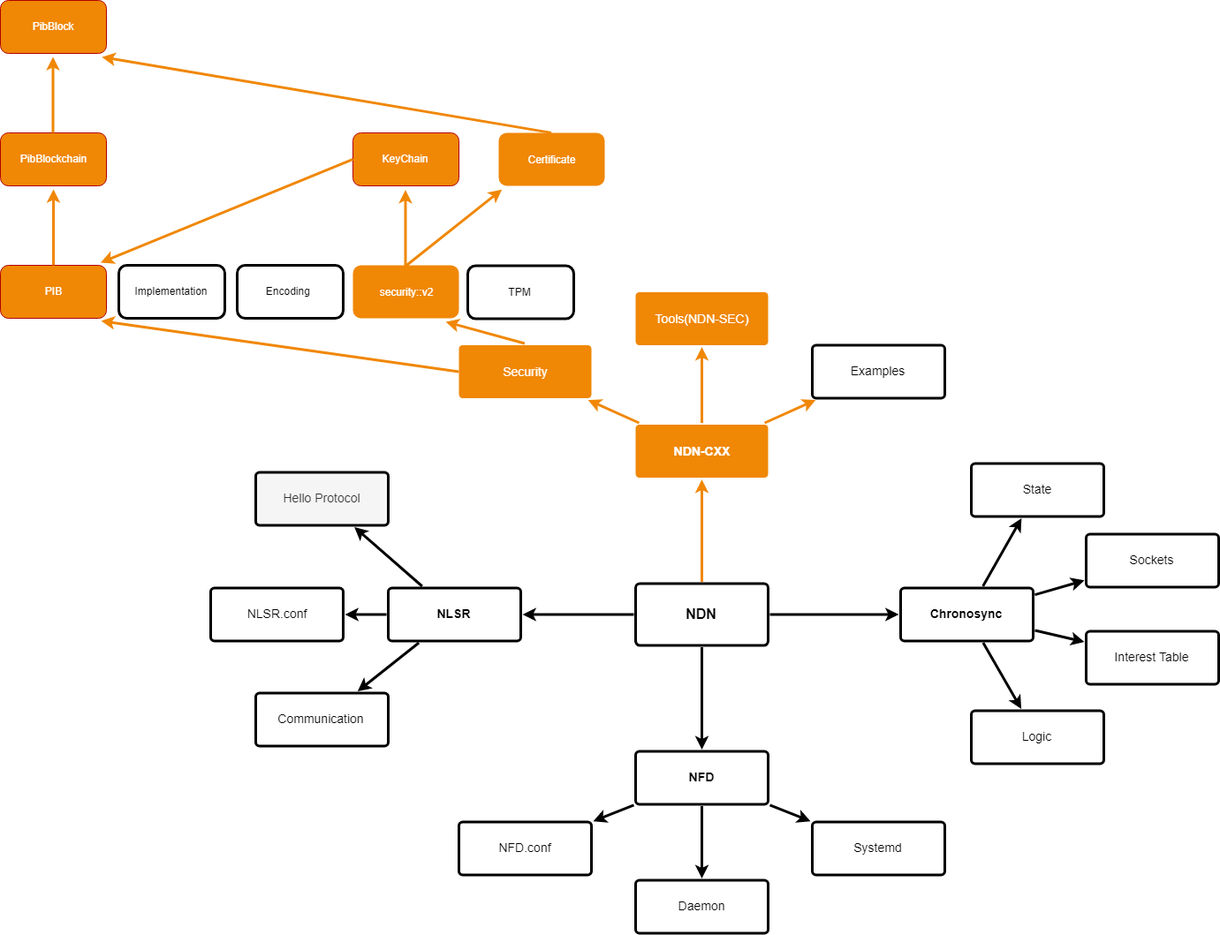
Earlier version of the draw.io export TCD_Template/NDN.png (hristovs/FYP). Source tidied: cells renumbered, new cells last; positions are measured from the earlier drawing's top-left corner, leaving out a move shared by most shapes.
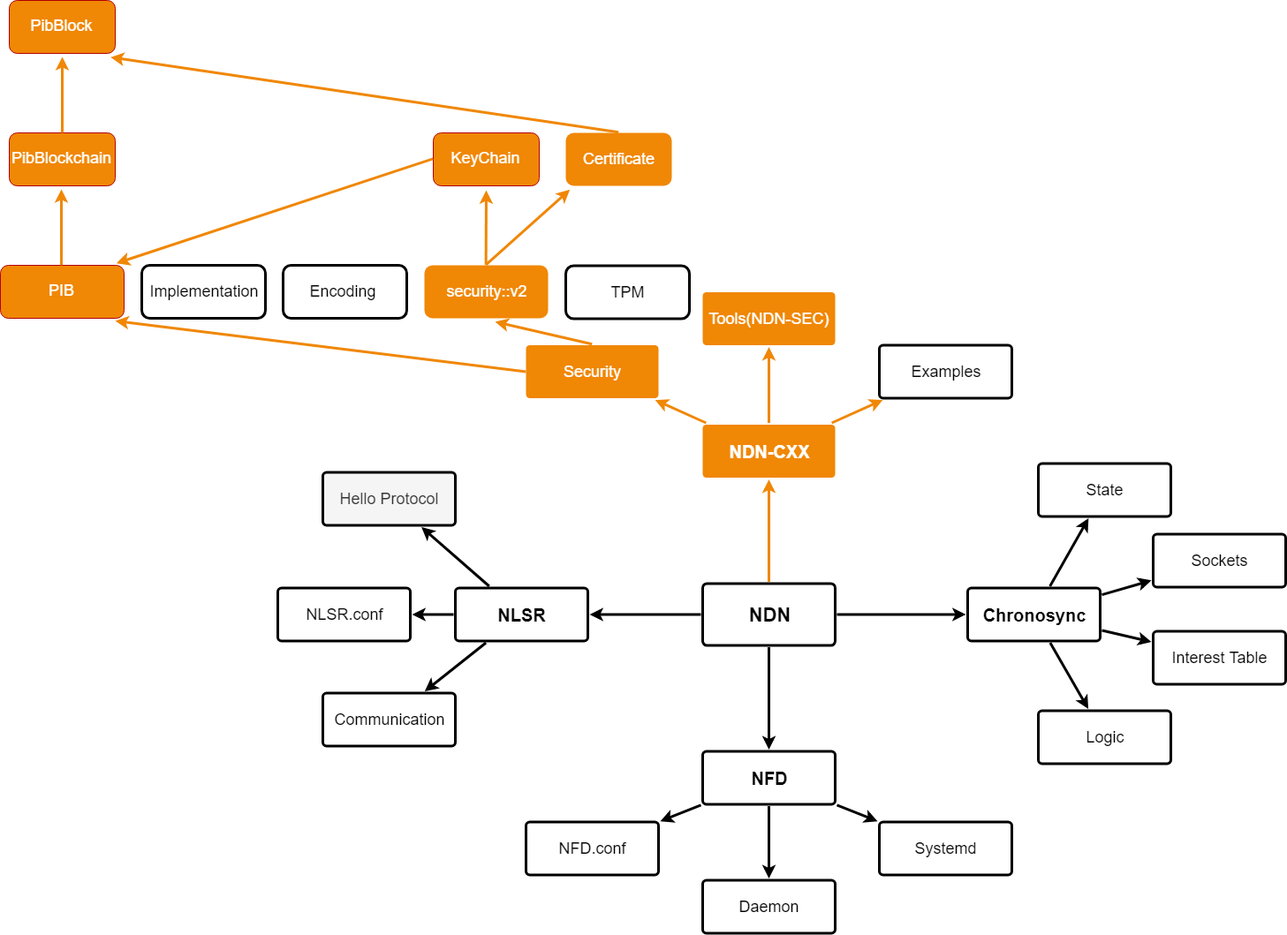
Later version of the same file.

The edit, as a diff of the source:
```diff
@@ -16,3 +16,3 @@
     </mxCell>
-    <mxCell id="6" value="NDN" style="rounded=1;whiteSpace=wrap;html=1;shadow=0;labelBackgroundColor=none;strokeWidth=3;fontFamily=Helvetica;fontSize=16;align=center;fontStyle=1;spacing=5;arcSize=7;perimeterSpacing=2;" parent="1" vertex="1">
+    <mxCell id="6" value="&lt;font style=&quot;font-size: 22px&quot;&gt;NDN&lt;/font&gt;" style="rounded=1;whiteSpace=wrap;html=1;shadow=0;labelBackgroundColor=none;strokeWidth=3;fontFamily=Helvetica;fontSize=16;align=center;fontStyle=1;spacing=5;arcSize=7;perimeterSpacing=2;" parent="1" vertex="1">
       <mxGeometry x="719" y="660.5" width="150" height="70" as="geometry" />
@@ -28,12 +28,12 @@
     </mxCell>
-    <mxCell id="10" value="NLSR" style="rounded=1;whiteSpace=wrap;html=1;shadow=0;labelBackgroundColor=none;strokeWidth=3;fontFamily=Helvetica;fontSize=14;align=center;spacing=5;fontStyle=1;arcSize=7;perimeterSpacing=2;" parent="1" vertex="1">
+    <mxCell id="10" value="&lt;font style=&quot;font-size: 20px&quot;&gt;NLSR&lt;/font&gt;" style="rounded=1;whiteSpace=wrap;html=1;shadow=0;labelBackgroundColor=none;strokeWidth=3;fontFamily=Helvetica;fontSize=14;align=center;spacing=5;fontStyle=1;arcSize=7;perimeterSpacing=2;" parent="1" vertex="1">
       <mxGeometry x="439" y="665.5" width="150" height="60" as="geometry" />
     </mxCell>
-    <mxCell id="11" value="Communication" style="rounded=1;whiteSpace=wrap;html=1;shadow=0;labelBackgroundColor=none;strokeWidth=3;fontFamily=Helvetica;fontSize=14;align=center;spacing=5;fontStyle=0;arcSize=7;perimeterSpacing=2;" parent="1" vertex="1">
+    <mxCell id="11" value="&lt;font style=&quot;font-size: 18px&quot;&gt;Communication&lt;/font&gt;" style="rounded=1;whiteSpace=wrap;html=1;shadow=0;labelBackgroundColor=none;strokeWidth=3;fontFamily=Helvetica;fontSize=14;align=center;spacing=5;fontStyle=0;arcSize=7;perimeterSpacing=2;" parent="1" vertex="1">
       <mxGeometry x="289" y="784.5" width="150" height="60" as="geometry" />
     </mxCell>
-    <mxCell id="12" value="NLSR.conf" style="rounded=1;whiteSpace=wrap;html=1;shadow=0;labelBackgroundColor=none;strokeWidth=3;fontFamily=Helvetica;fontSize=14;align=center;spacing=5;fontStyle=0;arcSize=7;perimeterSpacing=2;" parent="1" vertex="1">
+    <mxCell id="12" value="&lt;font style=&quot;font-size: 18px&quot;&gt;NLSR.conf&lt;/font&gt;" style="rounded=1;whiteSpace=wrap;html=1;shadow=0;labelBackgroundColor=none;strokeWidth=3;fontFamily=Helvetica;fontSize=14;align=center;spacing=5;fontStyle=0;arcSize=7;perimeterSpacing=2;" parent="1" vertex="1">
       <mxGeometry x="238" y="665.5" width="150" height="60" as="geometry" />
     </mxCell>
-    <mxCell id="13" value="Hello Protocol" style="rounded=1;whiteSpace=wrap;html=1;shadow=0;labelBackgroundColor=none;strokeColor=#000000;strokeWidth=3;fillColor=#f5f5f5;fontFamily=Helvetica;fontSize=14;fontColor=#333333;align=center;spacing=5;fontStyle=0;arcSize=7;perimeterSpacing=2;" parent="1" vertex="1">
+    <mxCell id="13" value="&lt;font style=&quot;font-size: 18px&quot;&gt;Hello Protocol&lt;/font&gt;" style="rounded=1;whiteSpace=wrap;html=1;shadow=0;labelBackgroundColor=none;strokeColor=#000000;strokeWidth=3;fillColor=#f5f5f5;fontFamily=Helvetica;fontSize=14;fontColor=#333333;align=center;spacing=5;fontStyle=0;arcSize=7;perimeterSpacing=2;" parent="1" vertex="1">
       <mxGeometry x="289" y="534.5" width="150" height="60" as="geometry" />
@@ -49,18 +49,18 @@
     </mxCell>
-    <mxCell id="17" value="NFD" style="rounded=1;whiteSpace=wrap;html=1;shadow=0;labelBackgroundColor=none;strokeWidth=3;fontFamily=Helvetica;fontSize=14;align=center;spacing=5;fontStyle=1;arcSize=7;perimeterSpacing=2;" parent="1" vertex="1">
+    <mxCell id="17" value="&lt;font style=&quot;font-size: 20px&quot;&gt;NFD&lt;/font&gt;" style="rounded=1;whiteSpace=wrap;html=1;shadow=0;labelBackgroundColor=none;strokeWidth=3;fontFamily=Helvetica;fontSize=14;align=center;spacing=5;fontStyle=1;arcSize=7;perimeterSpacing=2;" parent="1" vertex="1">
       <mxGeometry x="719" y="850.5" width="150" height="60" as="geometry" />
     </mxCell>
-    <mxCell id="18" value="Systemd" style="rounded=1;whiteSpace=wrap;html=1;shadow=0;labelBackgroundColor=none;strokeWidth=3;fontFamily=Helvetica;fontSize=14;align=center;spacing=5;arcSize=7;perimeterSpacing=2;" parent="1" vertex="1">
+    <mxCell id="18" value="&lt;font style=&quot;font-size: 18px&quot;&gt;Systemd&lt;/font&gt;" style="rounded=1;whiteSpace=wrap;html=1;shadow=0;labelBackgroundColor=none;strokeWidth=3;fontFamily=Helvetica;fontSize=14;align=center;spacing=5;arcSize=7;perimeterSpacing=2;" parent="1" vertex="1">
       <mxGeometry x="919" y="930.5" width="150" height="60" as="geometry" />
     </mxCell>
-    <mxCell id="19" value="Daemon" style="rounded=1;whiteSpace=wrap;html=1;shadow=0;labelBackgroundColor=none;strokeWidth=3;fontFamily=Helvetica;fontSize=14;align=center;spacing=5;arcSize=7;perimeterSpacing=2;" parent="1" vertex="1">
+    <mxCell id="19" value="&lt;font style=&quot;font-size: 18px&quot;&gt;Daemon&lt;/font&gt;" style="rounded=1;whiteSpace=wrap;html=1;shadow=0;labelBackgroundColor=none;strokeWidth=3;fontFamily=Helvetica;fontSize=14;align=center;spacing=5;arcSize=7;perimeterSpacing=2;" parent="1" vertex="1">
       <mxGeometry x="719" y="996.5" width="150" height="60" as="geometry" />
     </mxCell>
-    <mxCell id="20" value="NFD.conf" style="rounded=1;whiteSpace=wrap;html=1;shadow=0;labelBackgroundColor=none;strokeWidth=3;fontFamily=Helvetica;fontSize=14;align=center;spacing=5;arcSize=7;perimeterSpacing=2;" parent="1" vertex="1">
+    <mxCell id="20" value="&lt;font style=&quot;font-size: 18px&quot;&gt;NFD.conf&lt;/font&gt;" style="rounded=1;whiteSpace=wrap;html=1;shadow=0;labelBackgroundColor=none;strokeWidth=3;fontFamily=Helvetica;fontSize=14;align=center;spacing=5;arcSize=7;perimeterSpacing=2;" parent="1" vertex="1">
       <mxGeometry x="519" y="930.5" width="150" height="60" as="geometry" />
     </mxCell>
-    <mxCell id="21" value="NDN-CXX" style="rounded=1;whiteSpace=wrap;html=1;shadow=0;labelBackgroundColor=none;strokeColor=none;strokeWidth=3;fillColor=#F08705;fontFamily=Helvetica;fontSize=14;fontColor=#FFFFFF;align=center;spacing=5;fontStyle=1;arcSize=7;perimeterSpacing=2;" parent="1" vertex="1">
+    <mxCell id="21" value="&lt;font style=&quot;font-size: 20px&quot;&gt;NDN-CXX&lt;/font&gt;" style="rounded=1;whiteSpace=wrap;html=1;shadow=0;labelBackgroundColor=none;strokeColor=none;strokeWidth=3;fillColor=#F08705;fontFamily=Helvetica;fontSize=14;fontColor=#FFFFFF;align=center;spacing=5;fontStyle=1;arcSize=7;perimeterSpacing=2;" parent="1" vertex="1">
       <mxGeometry x="719" y="480.5" width="150" height="60" as="geometry" />
     </mxCell>
-    <mxCell id="22" value="Examples&lt;br&gt;" style="rounded=1;whiteSpace=wrap;html=1;shadow=0;labelBackgroundColor=none;strokeWidth=3;fontFamily=Helvetica;fontSize=14;align=center;spacing=5;arcSize=7;perimeterSpacing=2;" parent="1" vertex="1">
+    <mxCell id="22" value="&lt;font style=&quot;font-size: 18px&quot;&gt;Examples&lt;/font&gt;&lt;br&gt;" style="rounded=1;whiteSpace=wrap;html=1;shadow=0;labelBackgroundColor=none;strokeWidth=3;fontFamily=Helvetica;fontSize=14;align=center;spacing=5;arcSize=7;perimeterSpacing=2;" parent="1" vertex="1">
       <mxGeometry x="919" y="390.5" width="150" height="60" as="geometry" />
@@ -70,3 +70,3 @@
     </mxCell>
-    <mxCell id="24" value="&lt;font color=&quot;#ffffff&quot;&gt;Tools(NDN-SEC)&lt;/font&gt;" style="rounded=1;whiteSpace=wrap;html=1;shadow=0;labelBackgroundColor=none;strokeWidth=3;fontFamily=Helvetica;fontSize=14;align=center;spacing=5;arcSize=7;perimeterSpacing=2;fillColor=#F08705;strokeColor=none;" parent="1" vertex="1">
+    <mxCell id="24" value="&lt;font color=&quot;#ffffff&quot; style=&quot;font-size: 18px&quot;&gt;Tools(NDN-SEC)&lt;/font&gt;" style="rounded=1;whiteSpace=wrap;html=1;shadow=0;labelBackgroundColor=none;strokeWidth=3;fontFamily=Helvetica;fontSize=14;align=center;spacing=5;arcSize=7;perimeterSpacing=2;fillColor=#F08705;strokeColor=none;" parent="1" vertex="1">
       <mxGeometry x="719" y="330.5" width="150" height="60" as="geometry" />
@@ -81,3 +81,3 @@
     </mxCell>
-    <mxCell id="27" value="Security" style="rounded=1;whiteSpace=wrap;html=1;shadow=0;labelBackgroundColor=none;strokeColor=none;strokeWidth=3;fillColor=#F08705;fontFamily=Helvetica;fontSize=14;fontColor=#FFFFFF;align=center;spacing=5;arcSize=7;perimeterSpacing=2;" parent="1" vertex="1">
+    <mxCell id="27" value="&lt;font style=&quot;font-size: 18px&quot;&gt;Security&lt;/font&gt;" style="rounded=1;whiteSpace=wrap;html=1;shadow=0;labelBackgroundColor=none;strokeColor=none;strokeWidth=3;fillColor=#F08705;fontFamily=Helvetica;fontSize=14;fontColor=#FFFFFF;align=center;spacing=5;arcSize=7;perimeterSpacing=2;" parent="1" vertex="1">
       <mxGeometry x="519" y="390.5" width="150" height="60" as="geometry" />
@@ -87,6 +87,6 @@
     </mxCell>
-    <mxCell id="29" value="Chronosync" style="rounded=1;whiteSpace=wrap;html=1;shadow=0;labelBackgroundColor=none;strokeWidth=3;fontFamily=Helvetica;fontSize=14;align=center;spacing=5;fontStyle=1;arcSize=7;perimeterSpacing=2;" parent="1" vertex="1">
+    <mxCell id="29" value="&lt;font style=&quot;font-size: 20px&quot;&gt;Chronosync&lt;/font&gt;" style="rounded=1;whiteSpace=wrap;html=1;shadow=0;labelBackgroundColor=none;strokeWidth=3;fontFamily=Helvetica;fontSize=14;align=center;spacing=5;fontStyle=1;arcSize=7;perimeterSpacing=2;" parent="1" vertex="1">
       <mxGeometry x="1019" y="665.5" width="150" height="60" as="geometry" />
     </mxCell>
-    <mxCell id="30" value="Logic" style="rounded=1;whiteSpace=wrap;html=1;shadow=0;labelBackgroundColor=none;strokeWidth=3;fontFamily=Helvetica;fontSize=14;align=center;spacing=5;fontStyle=0;arcSize=7;perimeterSpacing=2;" parent="1" vertex="1">
+    <mxCell id="30" value="&lt;font style=&quot;font-size: 18px&quot;&gt;Logic&lt;/font&gt;" style="rounded=1;whiteSpace=wrap;html=1;shadow=0;labelBackgroundColor=none;strokeWidth=3;fontFamily=Helvetica;fontSize=14;align=center;spacing=5;fontStyle=0;arcSize=7;perimeterSpacing=2;" parent="1" vertex="1">
       <mxGeometry x="1099" y="804.5" width="150" height="60" as="geometry" />
@@ -96,3 +96,3 @@
     </mxCell>
-    <mxCell id="32" value="Interest Table" style="rounded=1;whiteSpace=wrap;html=1;shadow=0;labelBackgroundColor=none;strokeWidth=3;fontFamily=Helvetica;fontSize=14;align=center;spacing=5;fontStyle=0;arcSize=7;perimeterSpacing=2;" parent="1" vertex="1">
+    <mxCell id="32" value="&lt;font style=&quot;font-size: 18px&quot;&gt;Interest Table&lt;/font&gt;" style="rounded=1;whiteSpace=wrap;html=1;shadow=0;labelBackgroundColor=none;strokeWidth=3;fontFamily=Helvetica;fontSize=14;align=center;spacing=5;fontStyle=0;arcSize=7;perimeterSpacing=2;" parent="1" vertex="1">
       <mxGeometry x="1229" y="714.5" width="150" height="60" as="geometry" />
@@ -102,3 +102,3 @@
     </mxCell>
-    <mxCell id="34" value="Sockets" style="rounded=1;whiteSpace=wrap;html=1;shadow=0;labelBackgroundColor=none;strokeWidth=3;fontFamily=Helvetica;fontSize=14;align=center;spacing=5;fontStyle=0;arcSize=7;perimeterSpacing=2;" parent="1" vertex="1">
+    <mxCell id="34" value="&lt;font style=&quot;font-size: 18px&quot;&gt;Sockets&lt;/font&gt;" style="rounded=1;whiteSpace=wrap;html=1;shadow=0;labelBackgroundColor=none;strokeWidth=3;fontFamily=Helvetica;fontSize=14;align=center;spacing=5;fontStyle=0;arcSize=7;perimeterSpacing=2;" parent="1" vertex="1">
       <mxGeometry x="1229" y="604.5" width="150" height="60" as="geometry" />
@@ -108,3 +108,3 @@
     </mxCell>
-    <mxCell id="36" value="State" style="rounded=1;whiteSpace=wrap;html=1;shadow=0;labelBackgroundColor=none;strokeWidth=3;fontFamily=Helvetica;fontSize=14;align=center;spacing=5;fontStyle=0;arcSize=7;perimeterSpacing=2;" parent="1" vertex="1">
+    <mxCell id="36" value="&lt;font style=&quot;font-size: 18px&quot;&gt;State&lt;/font&gt;" style="rounded=1;whiteSpace=wrap;html=1;shadow=0;labelBackgroundColor=none;strokeWidth=3;fontFamily=Helvetica;fontSize=14;align=center;spacing=5;fontStyle=0;arcSize=7;perimeterSpacing=2;" parent="1" vertex="1">
       <mxGeometry x="1099" y="524.5" width="150" height="60" as="geometry" />
@@ -114,10 +114,10 @@
     </mxCell>
-    <mxCell id="38" value="PIB" style="rounded=1;whiteSpace=wrap;html=1;fillColor=#F08705;strokeColor=#B20000;fontColor=#ffffff;" parent="1" vertex="1">
-      <mxGeometry y="300" width="120" height="60" as="geometry" />
+    <mxCell id="38" value="&lt;font style=&quot;font-size: 18px&quot;&gt;PIB&lt;/font&gt;" style="rounded=1;whiteSpace=wrap;html=1;fillColor=#F08705;strokeColor=#B20000;fontColor=#ffffff;" parent="1" vertex="1">
+      <mxGeometry x="-76" y="300" width="140" height="60" as="geometry" />
     </mxCell>
-    <mxCell id="39" value="&lt;font color=&quot;#ffffff&quot;&gt;security::v2&lt;/font&gt;" style="rounded=1;whiteSpace=wrap;html=1;fillColor=#F08705;strokeColor=none;" parent="1" vertex="1">
-      <mxGeometry x="399" y="300" width="120" height="60" as="geometry" />
+    <mxCell id="39" value="&lt;font color=&quot;#ffffff&quot; style=&quot;font-size: 18px&quot;&gt;security::v2&lt;/font&gt;" style="rounded=1;whiteSpace=wrap;html=1;fillColor=#F08705;strokeColor=none;" parent="1" vertex="1">
+      <mxGeometry x="404" y="300" width="140" height="60" as="geometry" />
     </mxCell>
-    <mxCell id="40" value="TPM" style="rounded=1;whiteSpace=wrap;html=1;strokeWidth=3;" parent="1" vertex="1">
-      <mxGeometry x="529" y="300.5" width="120" height="60" as="geometry" />
+    <mxCell id="40" value="&lt;font style=&quot;font-size: 18px&quot;&gt;TPM&lt;/font&gt;" style="rounded=1;whiteSpace=wrap;html=1;strokeWidth=3;" parent="1" vertex="1">
+      <mxGeometry x="564" y="300.5" width="140" height="60" as="geometry" />
     </mxCell>
@@ -126,10 +126,10 @@
         <mxPoint x="518.9" y="420.5" as="sourcePoint" />
-        <mxPoint x="114" y="363" as="targetPoint" />
+        <mxPoint x="54" y="363" as="targetPoint" />
       </mxGeometry>
     </mxCell>
-    <mxCell id="42" value="Encoding&amp;nbsp;" style="rounded=1;whiteSpace=wrap;html=1;strokeWidth=3;" parent="1" vertex="1">
-      <mxGeometry x="268" y="300" width="120" height="60" as="geometry" />
+    <mxCell id="42" value="&lt;font style=&quot;font-size: 18px&quot;&gt;Encoding&amp;nbsp;&lt;/font&gt;" style="rounded=1;whiteSpace=wrap;html=1;strokeWidth=3;" parent="1" vertex="1">
+      <mxGeometry x="244" y="300" width="140" height="60" as="geometry" />
     </mxCell>
-    <mxCell id="43" value="Implementation" style="rounded=1;whiteSpace=wrap;html=1;strokeWidth=3;" parent="1" vertex="1">
-      <mxGeometry x="134" y="300" width="120" height="60" as="geometry" />
+    <mxCell id="43" value="&lt;font style=&quot;font-size: 18px&quot;&gt;Implementation&lt;/font&gt;" style="rounded=1;whiteSpace=wrap;html=1;strokeWidth=3;" parent="1" vertex="1">
+      <mxGeometry x="84" y="300" width="140" height="60" as="geometry" />
     </mxCell>
@@ -137,7 +137,7 @@
       <mxGeometry relative="1" as="geometry">
-        <mxPoint x="504" y="364" as="targetPoint" />
+        <mxPoint x="484" y="364" as="targetPoint" />
       </mxGeometry>
     </mxCell>
-    <mxCell id="45" value="PibBlockchain" style="rounded=1;whiteSpace=wrap;html=1;fillColor=#F08705;strokeColor=#B20000;fontColor=#ffffff;" parent="1" vertex="1">
-      <mxGeometry y="150" width="120" height="60" as="geometry" />
+    <mxCell id="45" value="&lt;font style=&quot;font-size: 18px&quot;&gt;PibBlockchain&lt;/font&gt;" style="rounded=1;whiteSpace=wrap;html=1;fillColor=#F08705;strokeColor=#B20000;fontColor=#ffffff;" parent="1" vertex="1">
+      <mxGeometry x="-66" y="150" width="120" height="60" as="geometry" />
     </mxCell>
@@ -145,25 +145,22 @@
       <mxGeometry relative="1" as="geometry">
-        <mxPoint x="60" y="299.9" as="sourcePoint" />
-        <mxPoint x="60" y="213.9" as="targetPoint" />
+        <mxPoint x="-7" y="299.9" as="sourcePoint" />
+        <mxPoint x="-7" y="213.9" as="targetPoint" />
       </mxGeometry>
     </mxCell>
-    <mxCell id="47" style="edgeStyle=none;rounded=0;jumpStyle=none;html=1;shadow=0;labelBackgroundColor=none;startArrow=none;startFill=0;endArrow=classic;endFill=1;jettySize=auto;orthogonalLoop=1;strokeColor=#F08705;strokeWidth=3;fontFamily=Helvetica;fontSize=14;fontColor=#FFFFFF;spacing=5;" parent="1" edge="1">
+    <mxCell id="47" style="edgeStyle=none;rounded=0;jumpStyle=none;html=1;shadow=0;labelBackgroundColor=none;startArrow=none;startFill=0;endArrow=classic;endFill=1;jettySize=auto;strokeColor=#F08705;strokeWidth=3;fontFamily=Helvetica;fontSize=14;fontColor=#FFFFFF;spacing=5;exitX=0.5;exitY=0;exitDx=0;exitDy=0;" parent="1" edge="1" source="39">
       <mxGeometry relative="1" as="geometry">
-        <mxPoint x="458.5" y="300.5" as="sourcePoint" />
-        <mxPoint x="458.5" y="214.5" as="targetPoint" />
+        <mxPoint x="474" y="215" as="targetPoint" />
       </mxGeometry>
     </mxCell>
-    <mxCell id="48" value="KeyChain" style="rounded=1;whiteSpace=wrap;html=1;fillColor=#F08705;strokeColor=#B20000;fontColor=#ffffff;" parent="1" vertex="1">
-      <mxGeometry x="399" y="150" width="120" height="60" as="geometry" />
+    <mxCell id="48" value="&lt;font style=&quot;font-size: 18px&quot;&gt;KeyChain&lt;/font&gt;" style="rounded=1;whiteSpace=wrap;html=1;fillColor=#F08705;strokeColor=#B20000;fontColor=#ffffff;" parent="1" vertex="1">
+      <mxGeometry x="414" y="150" width="120" height="60" as="geometry" />
     </mxCell>
-    <mxCell id="49" style="edgeStyle=none;rounded=0;jumpStyle=none;html=1;shadow=0;labelBackgroundColor=none;startArrow=none;startFill=0;endArrow=classic;endFill=1;jettySize=auto;strokeColor=#F08705;strokeWidth=3;fontFamily=Helvetica;fontSize=14;fontColor=#FFFFFF;spacing=5;entryX=0.035;entryY=1.08;entryDx=0;entryDy=0;entryPerimeter=0;" parent="1" edge="1" target="50">
-      <mxGeometry relative="1" as="geometry">
-        <mxPoint x="459.1" y="300.5" as="sourcePoint" />
-      </mxGeometry>
+    <mxCell id="49" style="edgeStyle=none;rounded=0;jumpStyle=none;html=1;shadow=0;labelBackgroundColor=none;startArrow=none;startFill=0;endArrow=classic;endFill=1;jettySize=auto;strokeColor=#F08705;strokeWidth=3;fontFamily=Helvetica;fontSize=14;fontColor=#FFFFFF;spacing=5;entryX=0.035;entryY=1.08;entryDx=0;entryDy=0;entryPerimeter=0;exitX=0.5;exitY=0;exitDx=0;exitDy=0;" parent="1" edge="1" source="39" target="50">
+      <mxGeometry relative="1" as="geometry" />
     </mxCell>
-    <mxCell id="50" value="&lt;font color=&quot;#ffffff&quot;&gt;Certificate&lt;/font&gt;" style="rounded=1;whiteSpace=wrap;html=1;strokeWidth=3;strokeColor=none;fillColor=#F08705;" parent="1" vertex="1">
+    <mxCell id="50" value="&lt;font color=&quot;#ffffff&quot; style=&quot;font-size: 18px&quot;&gt;Certificate&lt;/font&gt;" style="rounded=1;whiteSpace=wrap;html=1;strokeWidth=3;strokeColor=none;fillColor=#F08705;" parent="1" vertex="1">
       <mxGeometry x="564" y="150" width="120" height="60" as="geometry" />
     </mxCell>
-    <mxCell id="51" value="PibBlock" style="rounded=1;whiteSpace=wrap;html=1;fillColor=#F08705;strokeColor=#B20000;fontColor=#ffffff;" parent="1" vertex="1">
-      <mxGeometry width="120" height="60" as="geometry" />
+    <mxCell id="51" value="&lt;font style=&quot;font-size: 18px&quot;&gt;PibBlock&lt;/font&gt;" style="rounded=1;whiteSpace=wrap;html=1;fillColor=#F08705;strokeColor=#B20000;fontColor=#ffffff;" parent="1" vertex="1">
+      <mxGeometry x="-66" width="120" height="60" as="geometry" />
     </mxCell>
@@ -171,4 +168,4 @@
       <mxGeometry relative="1" as="geometry">
-        <mxPoint x="59.5" y="149.9" as="sourcePoint" />
-        <mxPoint x="59.5" y="63.9" as="targetPoint" />
+        <mxPoint x="-6" y="149.9" as="sourcePoint" />
+        <mxPoint x="-6" y="63.9" as="targetPoint" />
       </mxGeometry>
```
